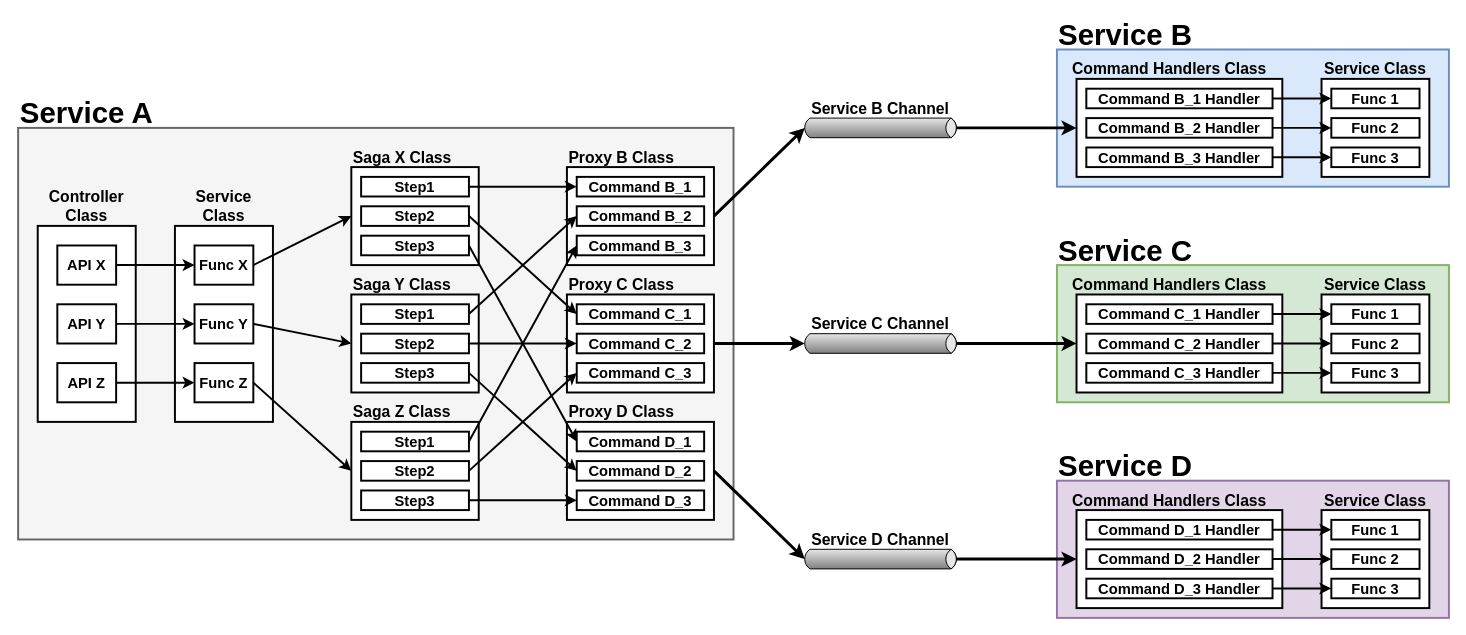
wuyichen24/microservices-patterns keeps this draw.io diagram as docs/diagrams/interservice_communication_command.drawio. Above is the earlier version. Source tidied: cells renumbered, new cells numbered last; positions are measured from the earlier drawing's top-left corner, leaving out a move shared by most shapes. Both pictures are drawn from the tidied source at 98%, with x=0, y=0 at pixel (18, 20).
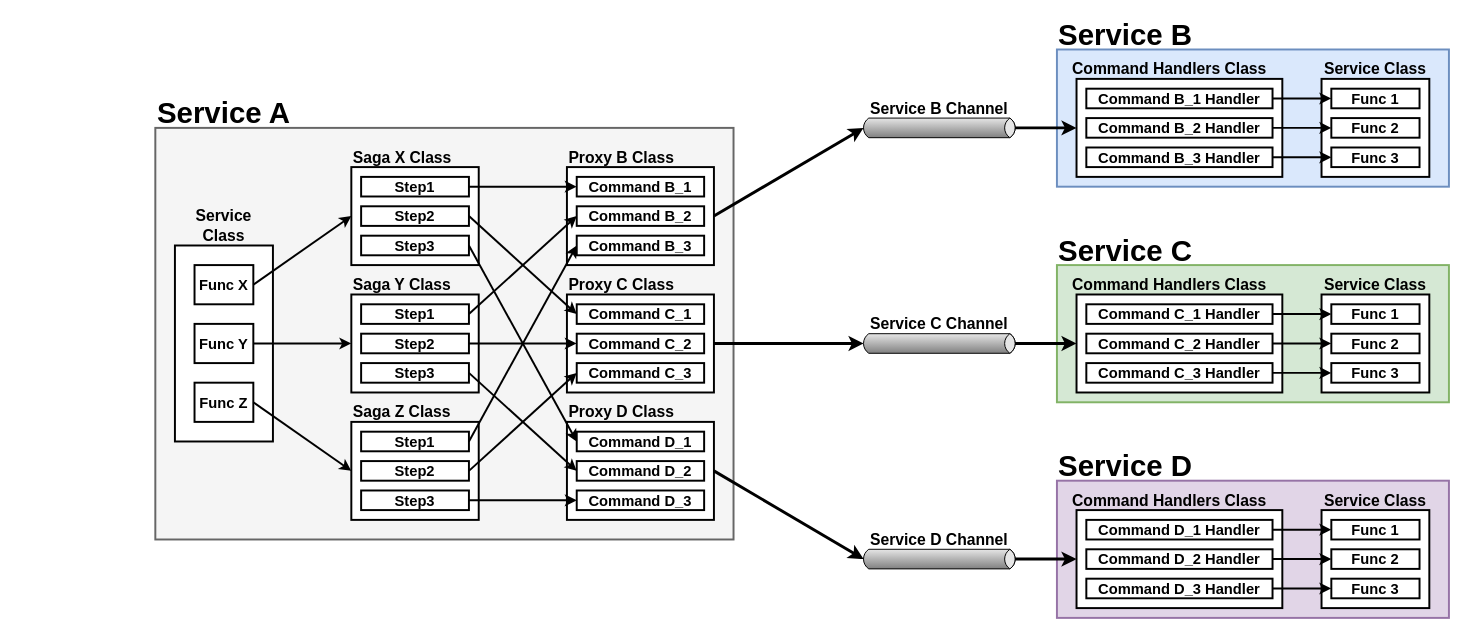
Above is the later version.

What changed in the source:
```diff
@@
     <mxCell id="3" style="rounded=0;whiteSpace=wrap;html=1;strokeWidth=2;fillColor=#f5f5f5;strokeColor=#666666;fontColor=#333333;" parent="1" vertex="1">
-      <mxGeometry y="110" width="730" height="420" as="geometry" />
+      <mxGeometry x="140" y="110" width="590" height="420" as="geometry" />
     </mxCell>
-    <mxCell id="4" style="rounded=0;whiteSpace=wrap;html=1;strokeWidth=2;" parent="1" vertex="1">
-      <mxGeometry x="20" y="210" width="100" height="200" as="geometry" />
-    </mxCell>
-    <mxCell id="5" value="&lt;font style=&quot;font-size: 16px&quot;&gt;&lt;b&gt;Controller&lt;br&gt;Class&lt;/b&gt;&lt;/font&gt;" style="text;html=1;strokeColor=none;fillColor=none;align=center;verticalAlign=middle;whiteSpace=wrap;rounded=0;" parent="1" vertex="1">
-      <mxGeometry x="30" y="170" width="80" height="40" as="geometry" />
-    </mxCell>
     <mxCell id="6" style="rounded=0;whiteSpace=wrap;html=1;strokeWidth=2;" parent="1" vertex="1">
-      <mxGeometry x="160" y="210" width="100" height="200" as="geometry" />
+      <mxGeometry x="160" y="230" width="100" height="200" as="geometry" />
     </mxCell>
-    <mxCell id="7" value="&lt;font style=&quot;font-size: 15px&quot;&gt;&lt;b&gt;API X&lt;/b&gt;&lt;/font&gt;" style="rounded=0;whiteSpace=wrap;html=1;strokeWidth=2;" parent="1" vertex="1">
-      <mxGeometry x="40" y="230" width="60" height="40" as="geometry" />
-    </mxCell>
-    <mxCell id="8" value="&lt;font style=&quot;font-size: 15px&quot;&gt;&lt;b&gt;API Y&lt;/b&gt;&lt;/font&gt;" style="rounded=0;whiteSpace=wrap;html=1;strokeWidth=2;" parent="1" vertex="1">
-      <mxGeometry x="40" y="290" width="60" height="40" as="geometry" />
-    </mxCell>
-    <mxCell id="9" value="&lt;font style=&quot;font-size: 15px&quot;&gt;&lt;b&gt;API Z&lt;/b&gt;&lt;/font&gt;" style="rounded=0;whiteSpace=wrap;html=1;strokeWidth=2;" parent="1" vertex="1">
-      <mxGeometry x="40" y="350" width="60" height="40" as="geometry" />
-    </mxCell>
     <mxCell id="10" value="&lt;font style=&quot;font-size: 15px&quot;&gt;&lt;b&gt;Func X&lt;/b&gt;&lt;/font&gt;" style="rounded=0;whiteSpace=wrap;html=1;strokeWidth=2;" parent="1" vertex="1">
-      <mxGeometry x="180" y="230" width="60" height="40" as="geometry" />
+      <mxGeometry x="180" y="250" width="60" height="40" as="geometry" />
     </mxCell>
     <mxCell id="11" value="&lt;font style=&quot;font-size: 15px&quot;&gt;&lt;b&gt;Func Y&lt;/b&gt;&lt;/font&gt;" style="rounded=0;whiteSpace=wrap;html=1;strokeWidth=2;" parent="1" vertex="1">
-      <mxGeometry x="180" y="290" width="60" height="40" as="geometry" />
+      <mxGeometry x="180" y="310" width="60" height="40" as="geometry" />
     </mxCell>
     <mxCell id="12" value="&lt;font style=&quot;font-size: 15px&quot;&gt;&lt;b&gt;Func Z&lt;/b&gt;&lt;/font&gt;" style="rounded=0;whiteSpace=wrap;html=1;strokeWidth=2;" parent="1" vertex="1">
-      <mxGeometry x="180" y="350" width="60" height="40" as="geometry" />
+      <mxGeometry x="180" y="370" width="60" height="40" as="geometry" />
     </mxCell>
-    <mxCell id="13" style="endArrow=classic;html=1;entryX=0;entryY=0.5;entryDx=0;entryDy=0;exitX=1;exitY=0.5;exitDx=0;exitDy=0;strokeWidth=2;" parent="1" edge="1" source="7" target="10">
-      <mxGeometry relative="1" as="geometry" />
-    </mxCell>
-    <mxCell id="14" style="endArrow=classic;html=1;entryX=0;entryY=0.5;entryDx=0;entryDy=0;exitX=1;exitY=0.5;exitDx=0;exitDy=0;strokeWidth=2;" parent="1" edge="1" source="8" target="11">
-      <mxGeometry relative="1" as="geometry" />
-    </mxCell>
-    <mxCell id="15" style="endArrow=classic;html=1;entryX=0;entryY=0.5;entryDx=0;entryDy=0;exitX=1;exitY=0.5;exitDx=0;exitDy=0;strokeWidth=2;" parent="1" edge="1" source="9" target="12">
-      <mxGeometry relative="1" as="geometry" />
-    </mxCell>
@@
     <mxCell id="58" style="strokeWidth=1;outlineConnect=0;dashed=0;align=center;html=1;fontSize=8;shape=mxgraph.eip.messageChannel;verticalLabelPosition=bottom;labelBackgroundColor=#ffffff;verticalAlign=top;" parent="1" vertex="1">
-      <mxGeometry x="800" y="100" width="160" height="20" as="geometry" />
+      <mxGeometry x="860" y="100" width="160" height="20" as="geometry" />
     </mxCell>
     <mxCell id="59" value="&lt;font style=&quot;font-size: 16px&quot;&gt;&lt;b&gt;Service B Channel&lt;/b&gt;&lt;/font&gt;" style="text;html=1;strokeColor=none;fillColor=none;align=center;verticalAlign=middle;whiteSpace=wrap;rounded=0;" parent="1" vertex="1">
-      <mxGeometry x="800" y="80" width="160" height="20" as="geometry" />
+      <mxGeometry x="860" y="80" width="160" height="20" as="geometry" />
     </mxCell>
     <mxCell id="60" style="strokeWidth=1;outlineConnect=0;dashed=0;align=center;html=1;fontSize=8;shape=mxgraph.eip.messageChannel;verticalLabelPosition=bottom;labelBackgroundColor=#ffffff;verticalAlign=top;" parent="1" vertex="1">
-      <mxGeometry x="800" y="320" width="160" height="20" as="geometry" />
+      <mxGeometry x="860" y="320" width="160" height="20" as="geometry" />
     </mxCell>
     <mxCell id="61" value="&lt;font style=&quot;font-size: 16px&quot;&gt;&lt;b&gt;Service C Channel&lt;/b&gt;&lt;/font&gt;" style="text;html=1;strokeColor=none;fillColor=none;align=center;verticalAlign=middle;whiteSpace=wrap;rounded=0;" parent="1" vertex="1">
-      <mxGeometry x="800" y="300" width="160" height="20" as="geometry" />
+      <mxGeometry x="860" y="300" width="160" height="20" as="geometry" />
     </mxCell>
     <mxCell id="62" value="&lt;font size=&quot;1&quot;&gt;&lt;b style=&quot;font-size: 30px&quot;&gt;Service A&lt;/b&gt;&lt;/font&gt;" style="text;html=1;strokeColor=none;fillColor=none;align=center;verticalAlign=middle;whiteSpace=wrap;rounded=0;" parent="1" vertex="1">
-      <mxGeometry y="80" width="140" height="30" as="geometry" />
+      <mxGeometry x="140" y="80" width="140" height="30" as="geometry" />
     </mxCell>
     <mxCell id="63" style="strokeWidth=1;outlineConnect=0;dashed=0;align=center;html=1;fontSize=8;shape=mxgraph.eip.messageChannel;verticalLabelPosition=bottom;labelBackgroundColor=#ffffff;verticalAlign=top;" parent="1" vertex="1">
-      <mxGeometry x="800" y="540" width="160" height="20" as="geometry" />
+      <mxGeometry x="860" y="540" width="160" height="20" as="geometry" />
     </mxCell>
     <mxCell id="64" value="&lt;font style=&quot;font-size: 16px&quot;&gt;&lt;b&gt;Service D Channel&lt;/b&gt;&lt;/font&gt;" style="text;html=1;strokeColor=none;fillColor=none;align=center;verticalAlign=middle;whiteSpace=wrap;rounded=0;" parent="1" vertex="1">
-      <mxGeometry x="800" y="520" width="160" height="20" as="geometry" />
+      <mxGeometry x="860" y="520" width="160" height="20" as="geometry" />
     </mxCell>
@@
     <mxCell id="76" value="&lt;font style=&quot;font-size: 16px&quot;&gt;&lt;b&gt;Service&lt;br&gt;Class&lt;/b&gt;&lt;/font&gt;" style="text;html=1;strokeColor=none;fillColor=none;align=center;verticalAlign=middle;whiteSpace=wrap;rounded=0;" parent="1" vertex="1">
-      <mxGeometry x="170" y="170" width="80" height="40" as="geometry" />
+      <mxGeometry x="170" y="190" width="80" height="40" as="geometry" />
     </mxCell>
```
